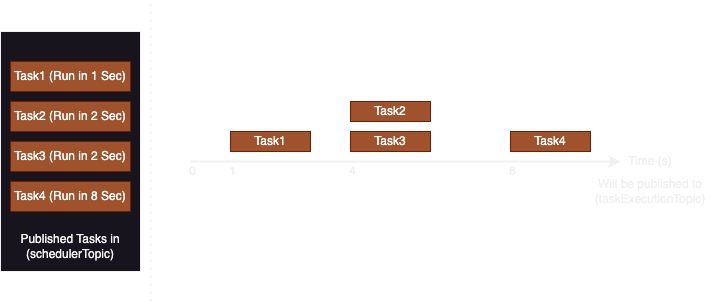
Before: docs/WorkFlow-1.png, a diagram exported from draw.io (ehsaniara/delay-box). Source tidied: cells renumbered, new cells last; positions are measured from the earlier drawing's top-left corner, leaving out a move shared by most shapes. The source it was exported from:
```xml
<mxGraphModel>
  <root>
    <mxCell id="0" />
    <mxCell id="1" parent="0" />
    <mxCell id="2" style="rounded=0;whiteSpace=wrap;html=1;" parent="1" vertex="1">
      <mxGeometry y="30" width="140" height="240" as="geometry" />
    </mxCell>
    <mxCell id="3" value="Task1 (Run in 1 Sec)" style="rounded=0;whiteSpace=wrap;html=1;fillColor=#a0522d;fontColor=#ffffff;strokeColor=#6D1F00;" parent="1" vertex="1">
      <mxGeometry x="10" y="60" width="120" height="30" as="geometry" />
    </mxCell>
    <mxCell id="4" value="Task2 (Run in 2 Sec)" style="rounded=0;whiteSpace=wrap;html=1;fillColor=#a0522d;fontColor=#ffffff;strokeColor=#6D1F00;" parent="1" vertex="1">
      <mxGeometry x="10" y="100" width="120" height="30" as="geometry" />
    </mxCell>
    <mxCell id="5" value="Task3 (Run in 2 Sec)" style="rounded=0;whiteSpace=wrap;html=1;fillColor=#a0522d;fontColor=#ffffff;strokeColor=#6D1F00;" parent="1" vertex="1">
      <mxGeometry x="10" y="140" width="120" height="30" as="geometry" />
    </mxCell>
    <mxCell id="6" value="Task4 (Run in 8 Sec)" style="rounded=0;whiteSpace=wrap;html=1;fillColor=#a0522d;fontColor=#ffffff;strokeColor=#6D1F00;" parent="1" vertex="1">
      <mxGeometry x="10" y="180" width="120" height="30" as="geometry" />
    </mxCell>
    <mxCell id="7" style="endArrow=none;dashed=1;html=1;dashPattern=1 3;strokeWidth=2;rounded=0;" parent="1" edge="1">
      <mxGeometry relative="1" as="geometry">
        <mxPoint x="150" y="300" as="sourcePoint" />
        <mxPoint x="150" as="targetPoint" />
      </mxGeometry>
    </mxCell>
    <mxCell id="8" value="Published Tasks in (schedulerTopic)" style="text;html=1;align=center;verticalAlign=middle;whiteSpace=wrap;rounded=0;" parent="1" vertex="1">
      <mxGeometry x="15" y="230" width="110" height="30" as="geometry" />
    </mxCell>
    <mxCell id="9" style="endArrow=classic;html=1;rounded=0;strokeWidth=2;" parent="1" edge="1" target="14">
      <mxGeometry relative="1" as="geometry">
        <mxPoint x="190" y="160" as="sourcePoint" />
      </mxGeometry>
    </mxCell>
    <mxCell id="10" value="Task1" style="rounded=0;whiteSpace=wrap;html=1;fillColor=#a0522d;fontColor=#ffffff;strokeColor=#6D1F00;" parent="1" vertex="1">
      <mxGeometry x="230" y="130" width="80" height="20" as="geometry" />
    </mxCell>
    <mxCell id="11" value="Task3" style="rounded=0;whiteSpace=wrap;html=1;fillColor=#a0522d;fontColor=#ffffff;strokeColor=#6D1F00;" parent="1" vertex="1">
      <mxGeometry x="350" y="130" width="80" height="20" as="geometry" />
    </mxCell>
    <mxCell id="12" value="Task2" style="rounded=0;whiteSpace=wrap;html=1;fillColor=#a0522d;fontColor=#ffffff;strokeColor=#6D1F00;" parent="1" vertex="1">
      <mxGeometry x="350" y="100" width="80" height="20" as="geometry" />
    </mxCell>
    <mxCell id="13" value="Task4" style="rounded=0;whiteSpace=wrap;html=1;fillColor=#a0522d;fontColor=#ffffff;strokeColor=#6D1F00;" parent="1" vertex="1">
      <mxGeometry x="510" y="130" width="80" height="20" as="geometry" />
    </mxCell>
    <mxCell id="14" value="Time (s)" style="text;html=1;align=center;verticalAlign=middle;whiteSpace=wrap;rounded=0;" parent="1" vertex="1">
      <mxGeometry x="620" y="150" width="60" height="20" as="geometry" />
    </mxCell>
    <mxCell id="15" value="0" style="text;html=1;align=center;verticalAlign=middle;whiteSpace=wrap;rounded=0;" parent="1" vertex="1">
      <mxGeometry x="180" y="160" width="25" height="20" as="geometry" />
    </mxCell>
    <mxCell id="16" value="1" style="text;html=1;align=center;verticalAlign=middle;whiteSpace=wrap;rounded=0;" parent="1" vertex="1">
      <mxGeometry x="220" y="160" width="25" height="20" as="geometry" />
    </mxCell>
    <mxCell id="17" value="4" style="text;html=1;align=center;verticalAlign=middle;whiteSpace=wrap;rounded=0;" parent="1" vertex="1">
      <mxGeometry x="340" y="160" width="25" height="20" as="geometry" />
    </mxCell>
    <mxCell id="18" value="8" style="text;html=1;align=center;verticalAlign=middle;whiteSpace=wrap;rounded=0;" parent="1" vertex="1">
      <mxGeometry x="500" y="160" width="25" height="20" as="geometry" />
    </mxCell>
    <mxCell id="19" value="Will be published to (taskExecutionTopic)" style="text;html=1;align=center;verticalAlign=middle;whiteSpace=wrap;rounded=0;" parent="1" vertex="1">
      <mxGeometry x="585" y="180" width="130" height="20" as="geometry" />
    </mxCell>
  </root>
</mxGraphModel>
```
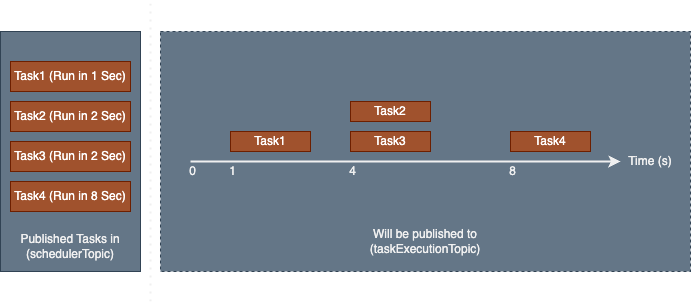
After the commit.

Change to the diagram source:
```diff
@@ -2,7 +2,10 @@
   <root>
     <mxCell id="0" />
     <mxCell id="1" parent="0" />
+    <mxCell id="20" style="rounded=0;whiteSpace=wrap;html=1;dashed=1;fillColor=#647687;strokeColor=#314354;fontColor=#ffffff;" parent="1" vertex="1">
+      <mxGeometry x="160" y="30" width="530" height="240" as="geometry" />
+    </mxCell>
-    <mxCell id="2" style="rounded=0;whiteSpace=wrap;html=1;" parent="1" vertex="1">
+    <mxCell id="2" style="rounded=0;whiteSpace=wrap;html=1;fillColor=#647687;fontColor=#ffffff;strokeColor=#314354;" parent="1" vertex="1">
       <mxGeometry y="30" width="140" height="240" as="geometry" />
     </mxCell>
     <mxCell id="3" value="Task1 (Run in 1 Sec)" style="rounded=0;whiteSpace=wrap;html=1;fillColor=#a0522d;fontColor=#ffffff;strokeColor=#6D1F00;" parent="1" vertex="1">
@@ -59,7 +62,7 @@
       <mxGeometry x="500" y="160" width="25" height="20" as="geometry" />
     </mxCell>
     <mxCell id="19" value="Will be published to (taskExecutionTopic)" style="text;html=1;align=center;verticalAlign=middle;whiteSpace=wrap;rounded=0;" parent="1" vertex="1">
-      <mxGeometry x="585" y="180" width="130" height="20" as="geometry" />
+      <mxGeometry x="360" y="230" width="130" height="20" as="geometry" />
     </mxCell>
   </root>
 </mxGraphModel>
```
